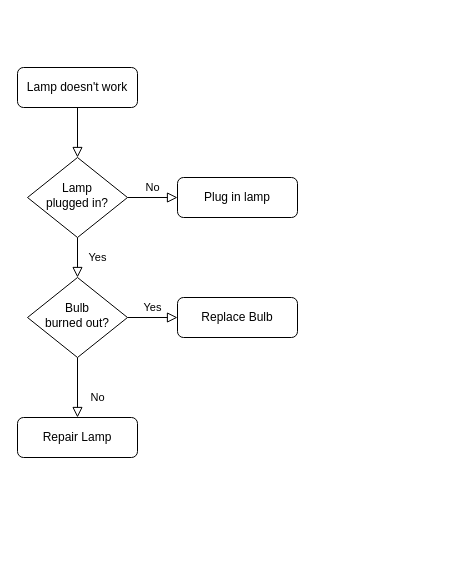
Before: 附件脱敏.drawio in hqbly000/test1, a draw.io diagram. Source tidied: cells renumbered, new cells numbered last; positions are measured from the earlier drawing's top-left corner, leaving out a move shared by most shapes. Both pictures are drawn from the tidied source at 100%, with x=0, y=0 at pixel (17, 67).
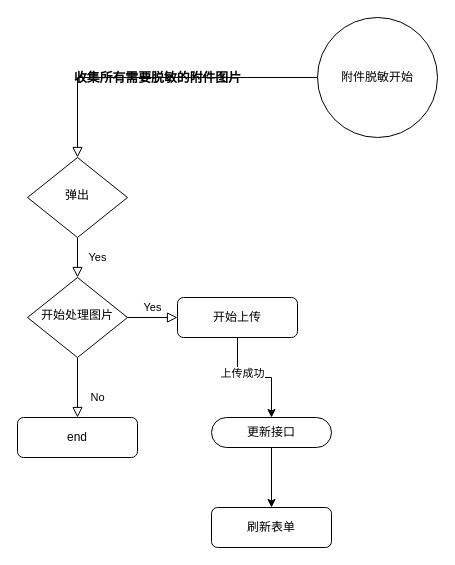
Above is the later version.

Diff of the diagram source:
```diff
@@
 <mxGraphModel>
   <root>
     <mxCell id="0" />
     <mxCell id="1" parent="0" />
-    <mxCell id="2" style="rounded=0;html=1;jettySize=auto;fontSize=11;endArrow=block;endFill=0;endSize=8;strokeWidth=1;shadow=0;labelBackgroundColor=none;edgeStyle=orthogonalEdgeStyle;" parent="1" edge="1" source="3" target="6">
-      <mxGeometry relative="1" as="geometry" />
+    <mxCell id="2" value="&lt;h3&gt;&lt;b&gt;收集所有需要脱敏的附件图片&lt;/b&gt;&lt;/h3&gt;" style="rounded=0;html=1;jettySize=auto;fontSize=11;endArrow=block;endFill=0;endSize=8;strokeWidth=1;shadow=0;labelBackgroundColor=none;edgeStyle=orthogonalEdgeStyle;" parent="1" edge="1" source="3" target="6">
+      <mxGeometry relative="1" as="geometry">
+        <Array as="points">
+          <mxPoint x="60" y="80" />
+          <mxPoint x="60" y="80" />
+        </Array>
+      </mxGeometry>
     </mxCell>
-    <mxCell id="3" value="Lamp doesn't work" style="rounded=1;whiteSpace=wrap;html=1;fontSize=12;glass=0;strokeWidth=1;shadow=0;" parent="1" vertex="1">
-      <mxGeometry width="120" height="40" as="geometry" />
+    <mxCell id="3" value="附件脱敏开始" style="rounded=1;whiteSpace=wrap;html=1;fontSize=12;glass=0;strokeWidth=1;shadow=0;arcSize=50;" parent="1" vertex="1">
+      <mxGeometry x="300" y="-50" width="120" height="120" as="geometry" />
     </mxCell>
     <mxCell id="4" value="Yes" style="rounded=0;html=1;jettySize=auto;fontSize=11;endArrow=block;endFill=0;endSize=8;strokeWidth=1;shadow=0;labelBackgroundColor=none;edgeStyle=orthogonalEdgeStyle;" parent="1" edge="1" source="6" target="10">
       <mxGeometry y="20" relative="1" as="geometry" />
     </mxCell>
-    <mxCell id="5" value="No" style="edgeStyle=orthogonalEdgeStyle;rounded=0;html=1;jettySize=auto;fontSize=11;endArrow=block;endFill=0;endSize=8;strokeWidth=1;shadow=0;labelBackgroundColor=none;" parent="1" edge="1" source="6" target="7">
-      <mxGeometry y="10" relative="1" as="geometry" />
-    </mxCell>
-    <mxCell id="6" value="Lamp&lt;br&gt;plugged in?" style="rhombus;whiteSpace=wrap;html=1;shadow=0;fontFamily=Helvetica;fontSize=12;align=center;strokeWidth=1;spacing=6;spacingTop=-4;" parent="1" vertex="1">
+    <mxCell id="6" value="弹出" style="rhombus;whiteSpace=wrap;html=1;shadow=0;fontFamily=Helvetica;fontSize=12;align=center;strokeWidth=1;spacing=6;spacingTop=-4;" parent="1" vertex="1">
       <mxGeometry x="10" y="90" width="100" height="80" as="geometry" />
     </mxCell>
-    <mxCell id="7" value="Plug in lamp" style="rounded=1;whiteSpace=wrap;html=1;fontSize=12;glass=0;strokeWidth=1;shadow=0;" parent="1" vertex="1">
-      <mxGeometry x="160" y="110" width="120" height="40" as="geometry" />
-    </mxCell>
     <mxCell id="8" value="No" style="rounded=0;html=1;jettySize=auto;fontSize=11;endArrow=block;endFill=0;endSize=8;strokeWidth=1;shadow=0;labelBackgroundColor=none;edgeStyle=orthogonalEdgeStyle;" parent="1" edge="1" source="10" target="11">
       <mxGeometry x="0.33" y="20" relative="1" as="geometry" />
     </mxCell>
     <mxCell id="9" value="Yes" style="edgeStyle=orthogonalEdgeStyle;rounded=0;html=1;jettySize=auto;fontSize=11;endArrow=block;endFill=0;endSize=8;strokeWidth=1;shadow=0;labelBackgroundColor=none;" parent="1" edge="1" source="10" target="12">
       <mxGeometry y="10" relative="1" as="geometry" />
     </mxCell>
-    <mxCell id="10" value="Bulb&lt;br&gt;burned out?" style="rhombus;whiteSpace=wrap;html=1;shadow=0;fontFamily=Helvetica;fontSize=12;align=center;strokeWidth=1;spacing=6;spacingTop=-4;" parent="1" vertex="1">
+    <mxCell id="10" value="开始处理图片" style="rhombus;whiteSpace=wrap;html=1;shadow=0;fontFamily=Helvetica;fontSize=12;align=center;strokeWidth=1;spacing=6;spacingTop=-4;" parent="1" vertex="1">
       <mxGeometry x="10" y="210" width="100" height="80" as="geometry" />
     </mxCell>
-    <mxCell id="11" value="Repair Lamp" style="rounded=1;whiteSpace=wrap;html=1;fontSize=12;glass=0;strokeWidth=1;shadow=0;" parent="1" vertex="1">
+    <mxCell id="11" value="end" style="rounded=1;whiteSpace=wrap;html=1;fontSize=12;glass=0;strokeWidth=1;shadow=0;" parent="1" vertex="1">
       <mxGeometry y="350" width="120" height="40" as="geometry" />
     </mxCell>
+    <mxCell id="13" style="edgeStyle=orthogonalEdgeStyle;rounded=0;jettySize=auto;html=1;entryX=0.5;entryY=0;entryDx=0;entryDy=0;" parent="1" edge="1" source="12" target="16">
+      <mxGeometry relative="1" as="geometry" />
+    </mxCell>
+    <mxCell id="14" value="上传成功" style="edgeLabel;html=1;align=center;verticalAlign=middle;" parent="13" vertex="1">
+      <mxGeometry x="-0.39" y="4" relative="1" as="geometry" />
+    </mxCell>
-    <mxCell id="12" value="Replace Bulb" style="rounded=1;whiteSpace=wrap;html=1;fontSize=12;glass=0;strokeWidth=1;shadow=0;" parent="1" vertex="1">
+    <mxCell id="12" value="&amp;nbsp;开始上传&amp;nbsp;" style="rounded=1;whiteSpace=wrap;html=1;fontSize=12;glass=0;strokeWidth=1;shadow=0;" parent="1" vertex="1">
       <mxGeometry x="160" y="230" width="120" height="40" as="geometry" />
     </mxCell>
+    <mxCell id="15" style="edgeStyle=orthogonalEdgeStyle;rounded=0;jettySize=auto;html=1;entryX=0.5;entryY=0;entryDx=0;entryDy=0;" parent="1" edge="1" source="16" target="17">
+      <mxGeometry relative="1" as="geometry" />
+    </mxCell>
+    <mxCell id="16" value="更新接口" style="rounded=1;whiteSpace=wrap;html=1;fontSize=12;glass=0;strokeWidth=1;shadow=0;arcSize=50;" parent="1" vertex="1">
+      <mxGeometry x="194" y="350" width="120" height="30" as="geometry" />
+    </mxCell>
+    <mxCell id="17" value="刷新表单" style="rounded=1;whiteSpace=wrap;html=1;fontSize=12;glass=0;strokeWidth=1;shadow=0;" parent="1" vertex="1">
+      <mxGeometry x="194" y="440" width="120" height="40" as="geometry" />
+    </mxCell>
   </root>
 </mxGraphModel>
```
